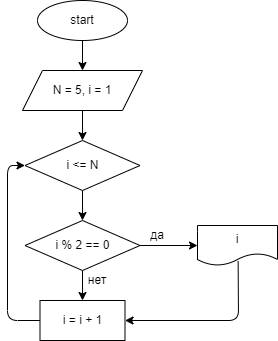
The draw.io diagram Homework/Homework_01/Ex04/diagram_hw01ex04.drawio.png in Anna27D/WorkWork, before a commit. Source tidied: cells renumbered, new cells last; positions are measured from the earlier drawing's top-left corner, leaving out a move shared by most shapes. The source it was exported from:
```xml
<mxGraphModel>
  <root>
    <mxCell id="0" />
    <mxCell id="1" parent="0" />
    <mxCell id="2" style="edgeStyle=none;html=1;" parent="1" edge="1" source="3" target="5">
      <mxGeometry relative="1" as="geometry" />
    </mxCell>
    <mxCell id="3" value="start" style="ellipse;whiteSpace=wrap;html=1;" parent="1" vertex="1">
      <mxGeometry x="30" width="90" height="40" as="geometry" />
    </mxCell>
    <mxCell id="4" style="edgeStyle=none;html=1;" parent="1" edge="1" source="5" target="7">
      <mxGeometry relative="1" as="geometry" />
    </mxCell>
    <mxCell id="5" value="N = 5, i = 1" style="shape=parallelogram;perimeter=parallelogramPerimeter;whiteSpace=wrap;html=1;fixedSize=1;" parent="1" vertex="1">
      <mxGeometry x="15" y="70" width="120" height="40" as="geometry" />
    </mxCell>
    <mxCell id="6" style="edgeStyle=none;html=1;" parent="1" edge="1" source="7" target="10">
      <mxGeometry relative="1" as="geometry" />
    </mxCell>
    <mxCell id="7" value="i &amp;lt;= N" style="rhombus;whiteSpace=wrap;html=1;" parent="1" vertex="1">
      <mxGeometry x="17.5" y="140" width="115" height="50" as="geometry" />
    </mxCell>
    <mxCell id="8" style="edgeStyle=none;html=1;" parent="1" edge="1" source="10" target="11">
      <mxGeometry relative="1" as="geometry" />
    </mxCell>
    <mxCell id="9" style="edgeStyle=none;html=1;" parent="1" edge="1" source="10" target="12">
      <mxGeometry relative="1" as="geometry" />
    </mxCell>
    <mxCell id="10" value="i % 2 == 0" style="rhombus;whiteSpace=wrap;html=1;" parent="1" vertex="1">
      <mxGeometry x="17.5" y="220" width="115" height="50" as="geometry" />
    </mxCell>
    <mxCell id="11" value="i = i + 1" style="rounded=0;whiteSpace=wrap;html=1;" parent="1" vertex="1">
      <mxGeometry x="32.5" y="300" width="85" height="40" as="geometry" />
    </mxCell>
    <mxCell id="12" value="i" style="shape=document;whiteSpace=wrap;html=1;boundedLbl=1;" parent="1" vertex="1">
      <mxGeometry x="190" y="225" width="80" height="40" as="geometry" />
    </mxCell>
    <mxCell id="13" style="endArrow=classic;html=1;entryX=1;entryY=0.5;entryDx=0;entryDy=0;exitX=0.508;exitY=0.892;exitDx=0;exitDy=0;exitPerimeter=0;" parent="1" edge="1" source="12" target="11">
      <mxGeometry relative="1" as="geometry">
        <Array as="points">
          <mxPoint x="231" y="320" />
        </Array>
      </mxGeometry>
    </mxCell>
    <mxCell id="14" value="да" style="text;html=1;strokeColor=none;fillColor=none;align=center;verticalAlign=middle;whiteSpace=wrap;rounded=0;" parent="1" vertex="1">
      <mxGeometry x="120" y="220" width="60" height="30" as="geometry" />
    </mxCell>
    <mxCell id="15" value="нет" style="text;html=1;strokeColor=none;fillColor=none;align=center;verticalAlign=middle;whiteSpace=wrap;rounded=0;" parent="1" vertex="1">
      <mxGeometry x="60" y="265" width="60" height="30" as="geometry" />
    </mxCell>
    <mxCell id="16" style="endArrow=classic;html=1;entryX=0;entryY=0.5;entryDx=0;entryDy=0;exitX=0;exitY=0.5;exitDx=0;exitDy=0;" parent="1" edge="1" source="11" target="7">
      <mxGeometry relative="1" as="geometry">
        <Array as="points">
          <mxPoint y="320" />
          <mxPoint y="165" />
        </Array>
      </mxGeometry>
    </mxCell>
  </root>
</mxGraphModel>
```
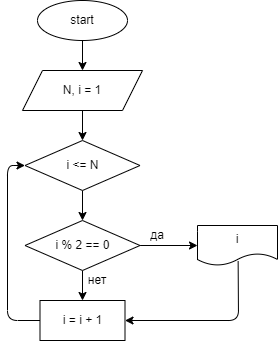
The same file after the commit.

Change to the diagram source:
```diff
@@ -11,7 +11,7 @@
     <mxCell id="4" style="edgeStyle=none;html=1;" parent="1" edge="1" source="5" target="7">
       <mxGeometry relative="1" as="geometry" />
     </mxCell>
-    <mxCell id="5" value="N = 5, i = 1" style="shape=parallelogram;perimeter=parallelogramPerimeter;whiteSpace=wrap;html=1;fixedSize=1;" parent="1" vertex="1">
+    <mxCell id="5" value="N, i = 1" style="shape=parallelogram;perimeter=parallelogramPerimeter;whiteSpace=wrap;html=1;fixedSize=1;" parent="1" vertex="1">
       <mxGeometry x="15" y="70" width="120" height="40" as="geometry" />
     </mxCell>
     <mxCell id="6" style="edgeStyle=none;html=1;" parent="1" edge="1" source="7" target="10">
```
